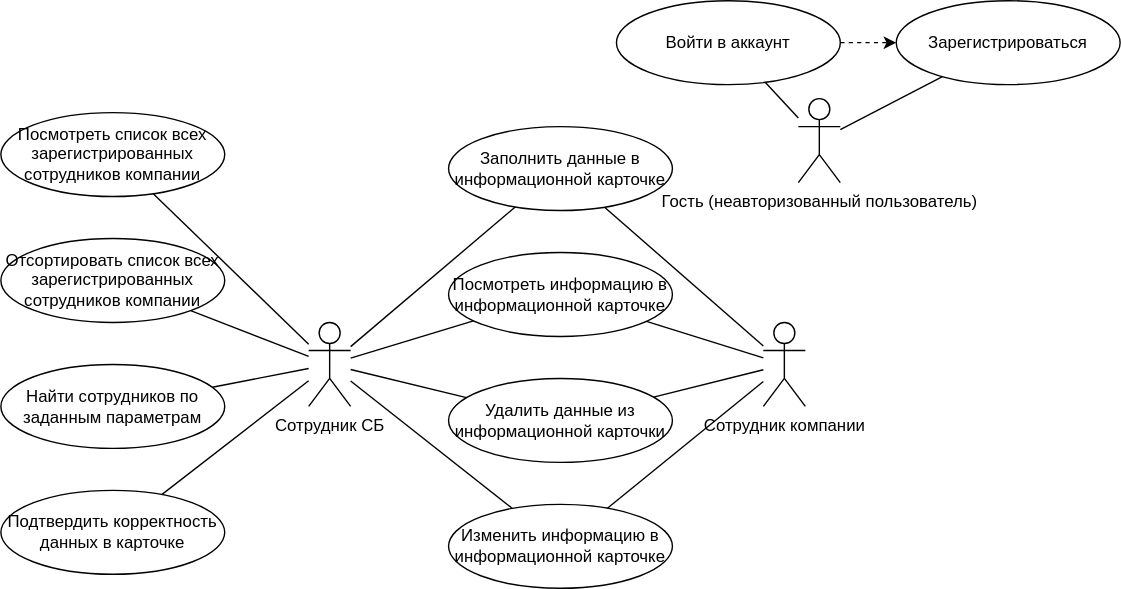
This is diagrams/use-case.svg from pstpn/PPO, a draw.io export, as it was before one commit. Source tidied: cells renumbered, new cells last; positions are measured from the earlier drawing's top-left corner, leaving out a move shared by most shapes.
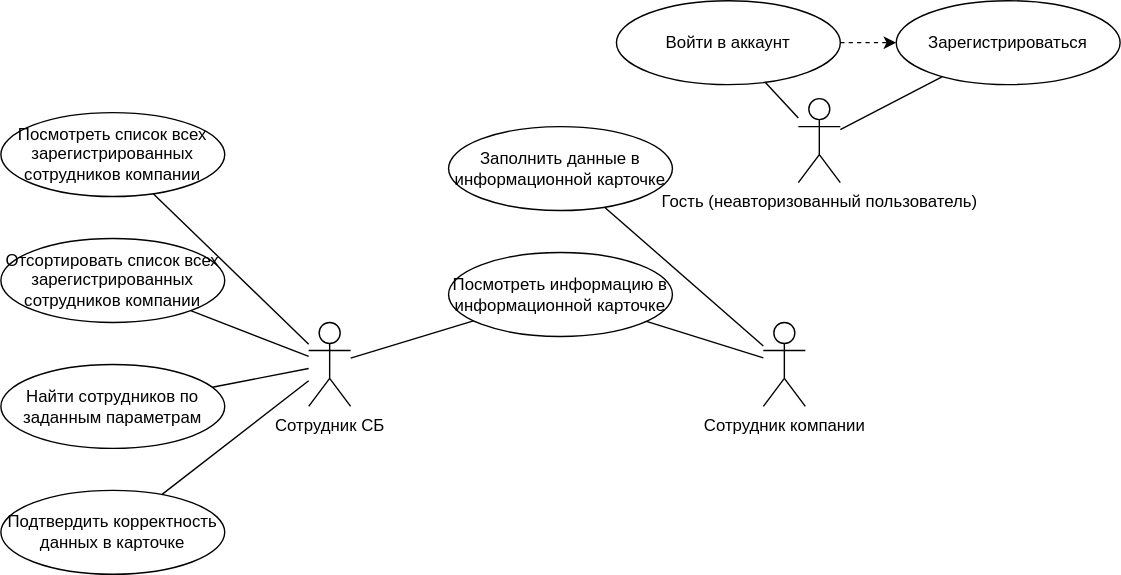
After the change.

Diff of the diagram source:
```diff
@@ -44,12 +44,6 @@
     <mxCell id="15" style="endArrow=none;html=1;rounded=0;" parent="1" edge="1" source="5" target="14">
       <mxGeometry relative="1" as="geometry" />
     </mxCell>
-    <mxCell id="16" value="Удалить данные из информационной карточки" style="ellipse;whiteSpace=wrap;html=1;" parent="1" vertex="1">
-      <mxGeometry x="320" y="270" width="160" height="60" as="geometry" />
-    </mxCell>
-    <mxCell id="17" style="endArrow=none;html=1;rounded=0;" parent="1" edge="1" source="5" target="16">
-      <mxGeometry relative="1" as="geometry" />
-    </mxCell>
     <mxCell id="18" value="Найти сотрудников по заданным параметрам" style="ellipse;whiteSpace=wrap;html=1;" parent="1" vertex="1">
       <mxGeometry y="260" width="160" height="60" as="geometry" />
     </mxCell>
@@ -62,24 +56,9 @@
     <mxCell id="21" style="endArrow=none;html=1;rounded=0;" parent="1" edge="1" source="2" target="20">
       <mxGeometry relative="1" as="geometry" />
     </mxCell>
-    <mxCell id="22" value="Изменить информацию в информационной карточке" style="ellipse;whiteSpace=wrap;html=1;" parent="1" vertex="1">
-      <mxGeometry x="320" y="360" width="160" height="60" as="geometry" />
-    </mxCell>
-    <mxCell id="23" style="endArrow=none;html=1;rounded=0;" parent="1" edge="1" source="5" target="22">
-      <mxGeometry relative="1" as="geometry" />
-    </mxCell>
     <mxCell id="24" style="endArrow=none;html=1;rounded=0;" parent="1" edge="1" source="2" target="14">
       <mxGeometry relative="1" as="geometry" />
     </mxCell>
-    <mxCell id="25" style="endArrow=none;html=1;rounded=0;" parent="1" edge="1" source="2" target="3">
-      <mxGeometry relative="1" as="geometry" />
-    </mxCell>
-    <mxCell id="26" style="endArrow=none;html=1;rounded=0;" parent="1" edge="1" source="2" target="16">
-      <mxGeometry relative="1" as="geometry" />
-    </mxCell>
-    <mxCell id="27" style="endArrow=none;html=1;rounded=0;" parent="1" edge="1" source="2" target="22">
-      <mxGeometry relative="1" as="geometry" />
-    </mxCell>
     <mxCell id="28" value="Подтвердить корректность данных в карточке" style="ellipse;whiteSpace=wrap;html=1;" parent="1" vertex="1">
       <mxGeometry y="350" width="160" height="60" as="geometry" />
     </mxCell>
```
